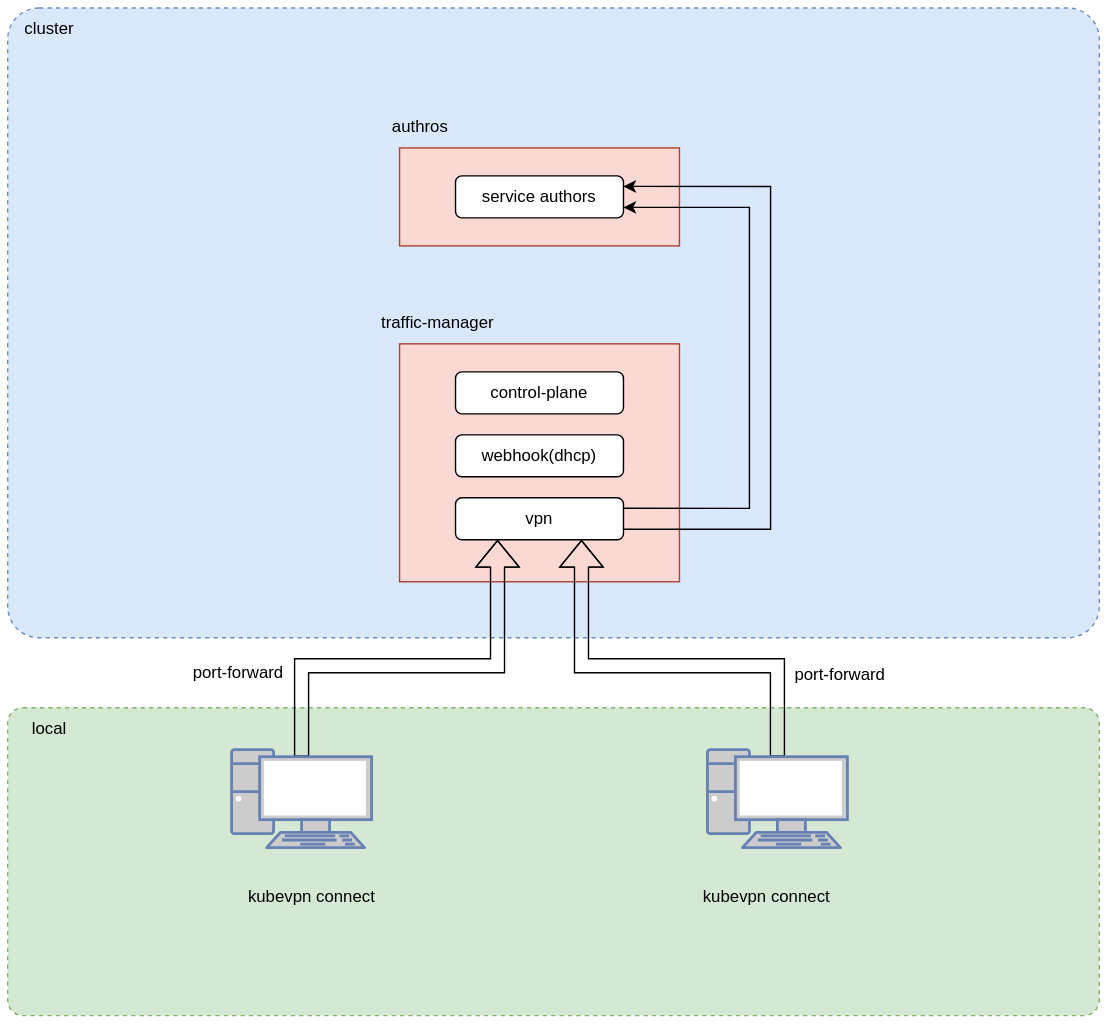
The draw.io diagram i18n/zh/docusaurus-plugin-content-docs/current/architecture/img/connect.svg in kubenetworks/kubenetworks.github.io, before a commit. Source tidied: cells renumbered, new cells last; positions are measured from the earlier drawing's top-left corner, leaving out a move shared by most shapes.
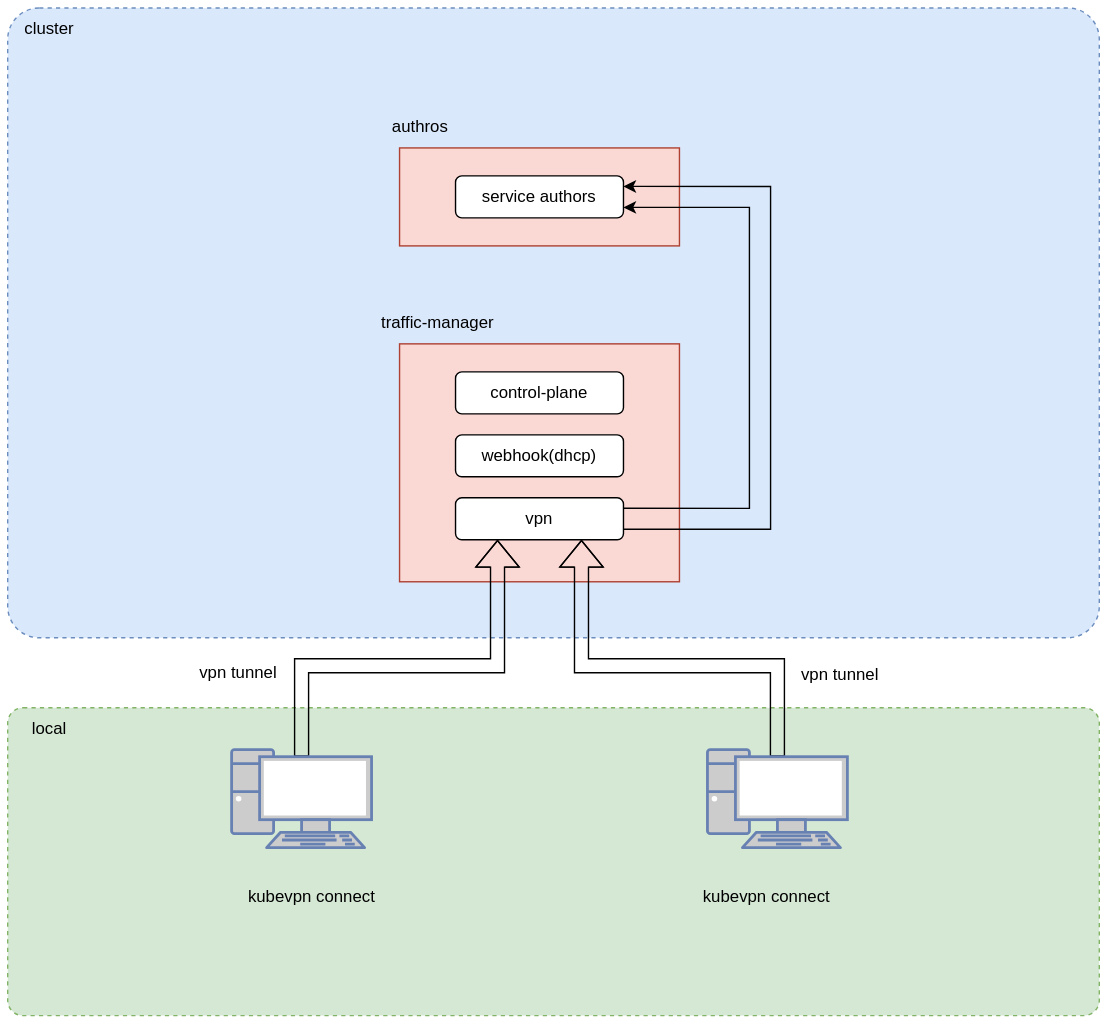
Above is the later version.

Diff of the diagram source:
```diff
@@ -82,10 +82,10 @@
     <mxCell id="21" value="local" style="text;html=1;align=center;verticalAlign=middle;whiteSpace=wrap;rounded=0;" parent="1" vertex="1">
       <mxGeometry y="500" width="60" height="30" as="geometry" />
     </mxCell>
-    <mxCell id="22" value="port-forward" style="text;html=1;align=center;verticalAlign=middle;whiteSpace=wrap;rounded=0;" parent="1" vertex="1">
+    <mxCell id="22" value="vpn tunnel" style="text;html=1;align=center;verticalAlign=middle;whiteSpace=wrap;rounded=0;" parent="1" vertex="1">
       <mxGeometry x="555" y="462" width="80" height="30" as="geometry" />
     </mxCell>
-    <mxCell id="23" value="port-forward" style="text;html=1;align=center;verticalAlign=middle;whiteSpace=wrap;rounded=0;" parent="1" vertex="1">
+    <mxCell id="23" value="vpn tunnel" style="text;html=1;align=center;verticalAlign=middle;whiteSpace=wrap;rounded=0;" parent="1" vertex="1">
       <mxGeometry x="125" y="460" width="80" height="30" as="geometry" />
     </mxCell>
   </root>
```
